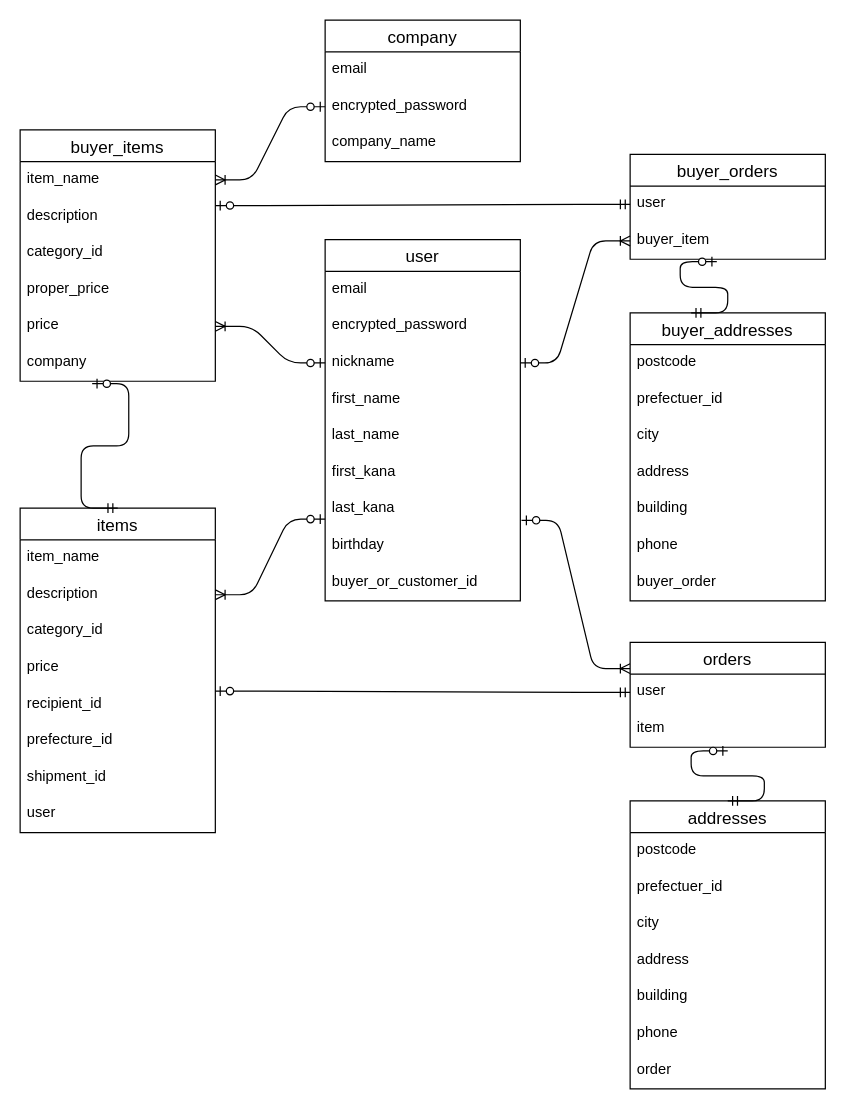
This is ER.dio from datiko1115/baton_app5, a draw.io file, before an edit. Source tidied: cells renumbered, new cells numbered last; positions are measured from the earlier drawing's top-left corner, leaving out a move shared by most shapes. Both pictures are drawn from the tidied source at 122%, with x=0, y=0 at pixel (20, 20).
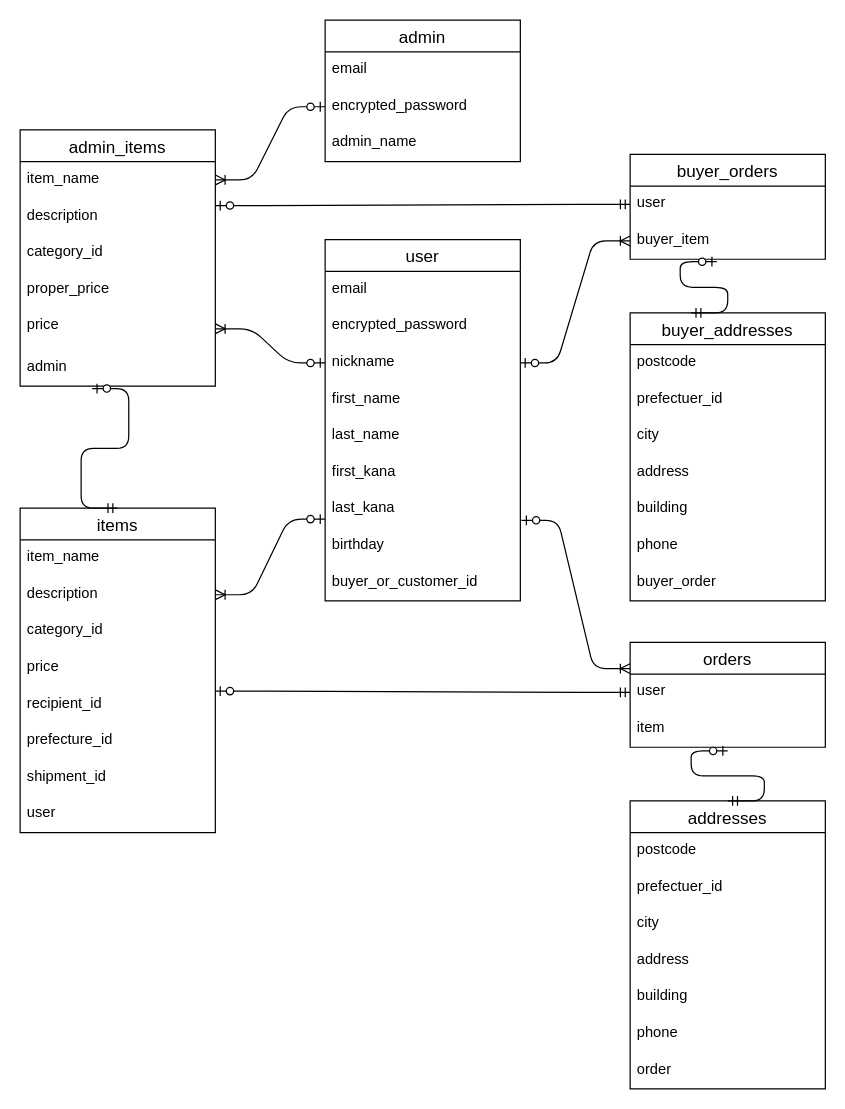
The same page after the edit.

What changed in the source:
```diff
@@
-    <mxCell id="12" value="buyer_items" style="swimlane;fontStyle=0;horizontal=1;startSize=26;align=center;fontSize=14;rounded=0;" parent="1" vertex="1">
-      <mxGeometry y="90" width="160" height="206" as="geometry" />
+    <mxCell id="12" value="admin_items" style="swimlane;fontStyle=0;horizontal=1;startSize=26;align=center;fontSize=14;rounded=0;" parent="1" vertex="1">
+      <mxGeometry y="90" width="160" height="210" as="geometry" />
     </mxCell>
@@
-    <mxCell id="17" value="price" style="text;strokeColor=none;fillColor=none;spacingLeft=4;spacingRight=4;overflow=hidden;points=[[0,0.5],[1,0.5]];portConstraint=eastwest;fontSize=12;rounded=0;" parent="12" vertex="1">
-      <mxGeometry y="146" width="160" height="30" as="geometry" />
+    <mxCell id="17" value="price" style="text;strokeColor=none;fillColor=none;spacingLeft=4;spacingRight=4;overflow=hidden;points=[[0,0.5],[1,0.5]];portConstraint=eastwest;fontSize=12;rounded=0;fontStyle=0;" parent="12" vertex="1">
+      <mxGeometry y="146" width="160" height="34" as="geometry" />
     </mxCell>
-    <mxCell id="18" value="company" style="text;strokeColor=none;fillColor=none;spacingLeft=4;spacingRight=4;overflow=hidden;points=[[0,0.5],[1,0.5]];portConstraint=eastwest;fontSize=12;rounded=0;" parent="12" vertex="1">
-      <mxGeometry y="176" width="160" height="30" as="geometry" />
+    <mxCell id="18" value="admin" style="text;strokeColor=none;fillColor=none;spacingLeft=4;spacingRight=4;overflow=hidden;points=[[0,0.5],[1,0.5]];portConstraint=eastwest;fontSize=12;rounded=0;" parent="12" vertex="1">
+      <mxGeometry y="180" width="160" height="30" as="geometry" />
     </mxCell>
@@
-    <mxCell id="53" value="company" style="swimlane;fontStyle=0;horizontal=1;startSize=26;align=center;fontSize=14;rounded=0;" parent="1" vertex="1">
+    <mxCell id="53" value="admin" style="swimlane;fontStyle=0;horizontal=1;startSize=26;align=center;fontSize=14;rounded=0;" parent="1" vertex="1">
       <mxGeometry x="250" width="160" height="116" as="geometry" />
     </mxCell>
@@
-    <mxCell id="56" value="company_name" style="text;strokeColor=none;fillColor=none;spacingLeft=4;spacingRight=4;overflow=hidden;fontSize=12;rounded=0;" parent="53" vertex="1">
+    <mxCell id="56" value="admin_name" style="text;strokeColor=none;fillColor=none;spacingLeft=4;spacingRight=4;overflow=hidden;fontSize=12;rounded=0;" parent="53" vertex="1">
       <mxGeometry y="86" width="160" height="30" as="geometry" />
     </mxCell>
```
